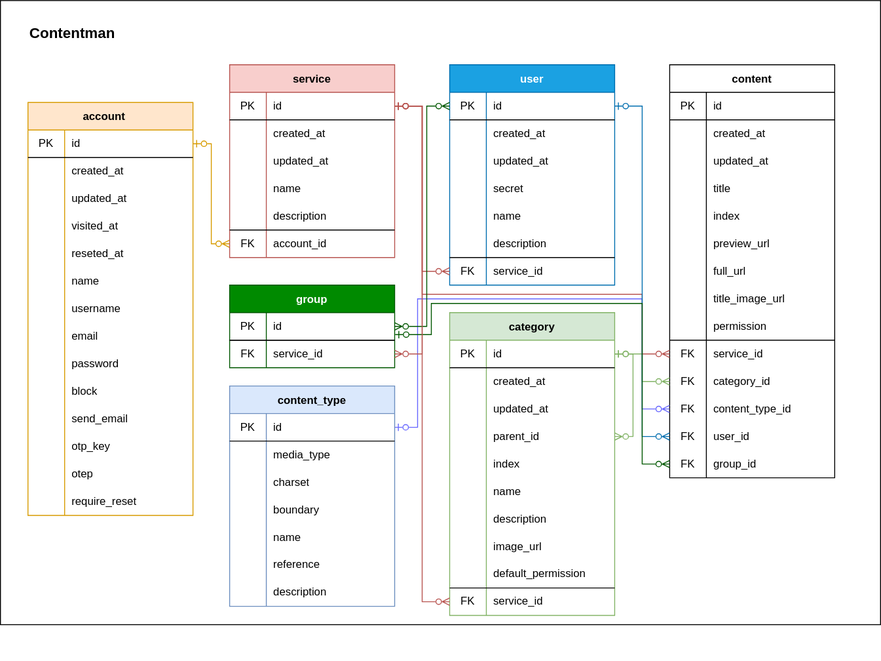
Earlier version of the draw.io export db/schema_db.svg (AleksandrMac/contentman). Source tidied: cells renumbered, new cells last; positions are measured from the earlier drawing's top-left corner, leaving out a move shared by most shapes.
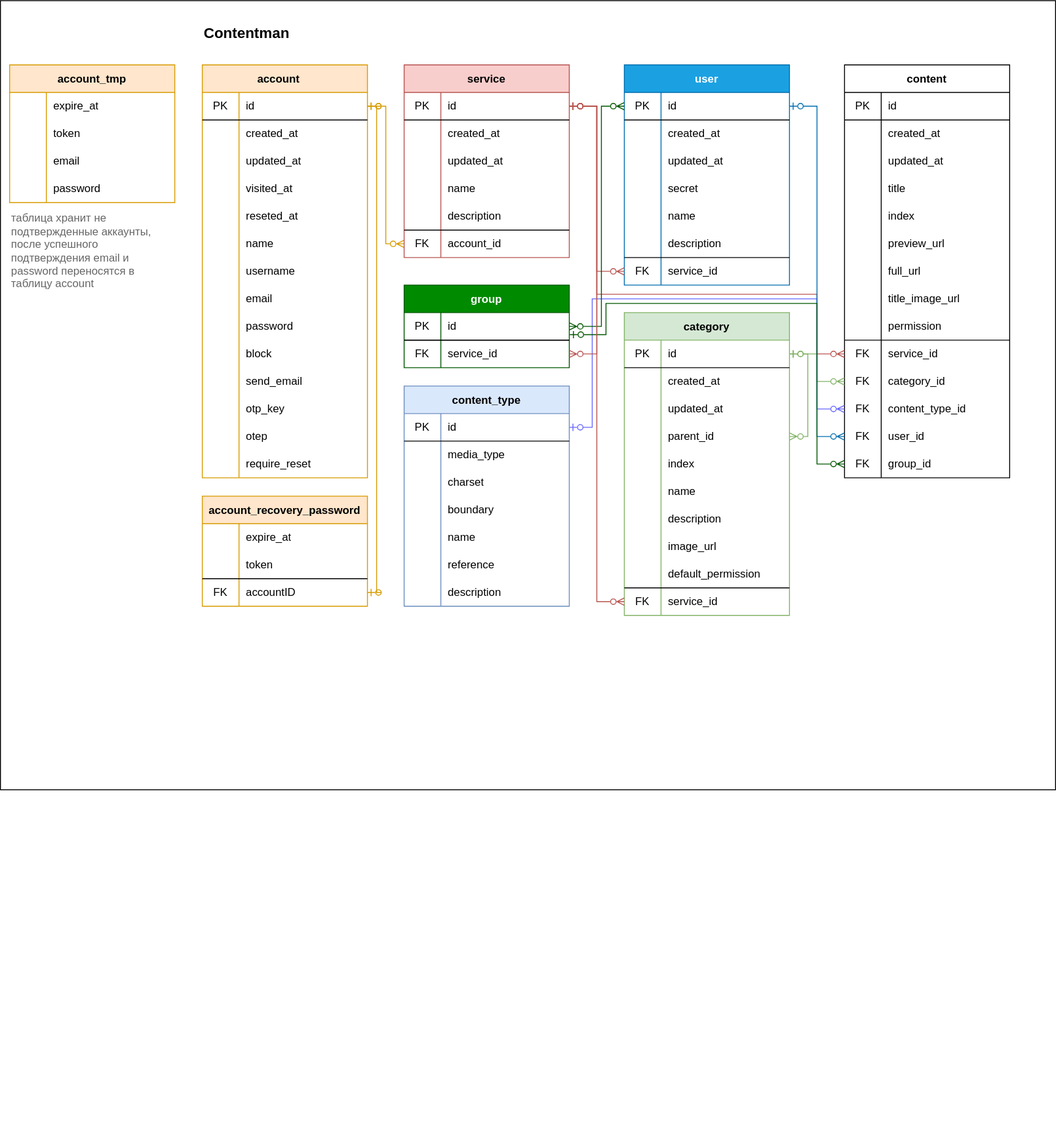
Later version of the same file.

What changed in the source:
```diff
@@ -3,16 +3,16 @@
     <mxCell id="0" />
     <mxCell id="1" parent="0" />
     <mxCell id="2" style="group;" parent="1" vertex="1">
-      <mxGeometry y="39" width="960" height="680" as="geometry" />
+      <mxGeometry y="39" width="960" height="952" as="geometry" />
     </mxCell>
-    <mxCell id="3" style="group;" parent="2" vertex="1">
-      <mxGeometry y="-39" width="960" height="680" as="geometry" />
+    <mxCell id="3" style="group;fillColor=none;" parent="2" vertex="1">
+      <mxGeometry x="11" y="-289" width="960" height="991" as="geometry" />
     </mxCell>
     <mxCell id="4" style="rounded=0;whiteSpace=wrap;html=1;shadow=0;labelBackgroundColor=none;sketch=0;" parent="3" vertex="1">
-      <mxGeometry width="960" height="680" as="geometry" />
+      <mxGeometry x="-190" width="1150" height="860" as="geometry" />
     </mxCell>
     <mxCell id="5" value="account    " style="shape=table;startSize=30;rowLines=0;fontStyle=1;align=center;fillColor=#ffe6cc;strokeColor=#d79b00;" parent="3" vertex="1">
-      <mxGeometry x="30" y="111" width="180" height="450" as="geometry" />
+      <mxGeometry x="30" y="70" width="180" height="450" as="geometry" />
     </mxCell>
     <mxCell id="6" style="shape=partialRectangle;html=1;whiteSpace=wrap;fillColor=none;top=0;left=0;bottom=1;right=0;points=[[0,0.5],[1,0.5]];portConstraint=eastwest;" parent="5" vertex="1">
       <mxGeometry y="30" width="180" height="30" as="geometry" />
@@ -644,5 +644,85 @@
     <mxCell id="203" value="description" style="shape=partialRectangle;html=1;whiteSpace=wrap;fillColor=none;top=0;left=0;bottom=0;right=0;align=left;spacingLeft=6;overflow=hidden;" parent="201" vertex="1">
       <mxGeometry x="40" width="140" height="30" as="geometry" />
     </mxCell>
+    <mxCell id="204" style="edgeStyle=orthogonalEdgeStyle;rounded=0;jettySize=auto;html=1;exitX=1;exitY=0.5;exitDx=0;exitDy=0;entryX=1;entryY=0.5;entryDx=0;entryDy=0;fillColor=#ffe6cc;strokeColor=#d79b00;endArrow=ERzeroToOne;endFill=0;startArrow=ERzeroToOne;startFill=0;" parent="3" edge="1" source="226" target="6">
+      <mxGeometry relative="1" as="geometry">
+        <Array as="points">
+          <mxPoint x="220" y="645" />
+          <mxPoint x="220" y="115" />
+        </Array>
+      </mxGeometry>
+    </mxCell>
+    <mxCell id="205" value="account_tmp" style="shape=table;startSize=30;rowLines=0;fontStyle=1;align=center;fillColor=#ffe6cc;strokeColor=#d79b00;" parent="3" vertex="1">
+      <mxGeometry x="-180" y="70" width="180" height="150" as="geometry" />
+    </mxCell>
+    <mxCell id="206" style="shape=partialRectangle;html=1;whiteSpace=wrap;fillColor=none;top=0;left=0;bottom=0;right=0;" parent="205" vertex="1">
+      <mxGeometry y="30" width="180" height="30" as="geometry" />
+    </mxCell>
+    <mxCell id="207" style="shape=partialRectangle;html=1;whiteSpace=wrap;fillColor=none;top=0;left=0;bottom=0;right=0;overflow=hidden;" parent="206" vertex="1">
+      <mxGeometry width="40" height="30" as="geometry" />
+    </mxCell>
+    <mxCell id="208" value="&lt;div&gt;expire_at&lt;/div&gt;" style="shape=partialRectangle;html=1;whiteSpace=wrap;fillColor=none;top=0;left=0;bottom=0;right=0;align=left;spacingLeft=6;overflow=hidden;" parent="206" vertex="1">
+      <mxGeometry x="40" width="140" height="30" as="geometry" />
+    </mxCell>
+    <mxCell id="209" style="shape=partialRectangle;html=1;whiteSpace=wrap;fillColor=none;top=0;left=0;bottom=0;right=0;" parent="205" vertex="1">
+      <mxGeometry y="60" width="180" height="30" as="geometry" />
+    </mxCell>
+    <mxCell id="210" style="shape=partialRectangle;html=1;whiteSpace=wrap;fillColor=none;top=0;left=0;bottom=0;right=0;overflow=hidden;" parent="209" vertex="1">
+      <mxGeometry width="40" height="30" as="geometry" />
+    </mxCell>
+    <mxCell id="211" value="token" style="shape=partialRectangle;html=1;whiteSpace=wrap;fillColor=none;top=0;left=0;bottom=0;right=0;align=left;spacingLeft=6;overflow=hidden;" parent="209" vertex="1">
+      <mxGeometry x="40" width="140" height="30" as="geometry" />
+    </mxCell>
+    <mxCell id="212" style="shape=partialRectangle;html=1;whiteSpace=wrap;fillColor=none;top=0;left=0;bottom=0;right=0;" parent="205" vertex="1">
+      <mxGeometry y="90" width="180" height="30" as="geometry" />
+    </mxCell>
+    <mxCell id="213" style="shape=partialRectangle;html=1;whiteSpace=wrap;fillColor=none;top=0;left=0;bottom=0;right=0;overflow=hidden;" parent="212" vertex="1">
+      <mxGeometry width="40" height="30" as="geometry" />
+    </mxCell>
+    <mxCell id="214" value="email" style="shape=partialRectangle;html=1;whiteSpace=wrap;fillColor=none;top=0;left=0;bottom=0;right=0;align=left;spacingLeft=6;overflow=hidden;" parent="212" vertex="1">
+      <mxGeometry x="40" width="140" height="30" as="geometry" />
+    </mxCell>
+    <mxCell id="215" style="shape=partialRectangle;html=1;whiteSpace=wrap;fillColor=none;top=0;left=0;bottom=0;right=0;" parent="205" vertex="1">
+      <mxGeometry y="120" width="180" height="30" as="geometry" />
+    </mxCell>
+    <mxCell id="216" style="shape=partialRectangle;html=1;whiteSpace=wrap;fillColor=none;top=0;left=0;bottom=0;right=0;overflow=hidden;" parent="215" vertex="1">
+      <mxGeometry width="40" height="30" as="geometry" />
+    </mxCell>
+    <mxCell id="217" value="password" style="shape=partialRectangle;html=1;whiteSpace=wrap;fillColor=none;top=0;left=0;bottom=0;right=0;align=left;spacingLeft=6;overflow=hidden;" parent="215" vertex="1">
+      <mxGeometry x="40" width="140" height="30" as="geometry" />
+    </mxCell>
+    <mxCell id="218" value="таблица хранит не подтвержденные аккаунты, после успешного подтверждения email и password переносятся в таблицу account" style="text;html=1;align=left;verticalAlign=middle;strokeColor=none;fillColor=none;sketch=1;imageAspect=1;whiteSpace=wrap;fontColor=#666666;" parent="3" vertex="1">
+      <mxGeometry x="-180" y="220" width="180" height="105" as="geometry" />
+    </mxCell>
+    <mxCell id="219" value="account_recovery_password" style="shape=table;startSize=30;rowLines=0;fontStyle=1;align=center;fillColor=#ffe6cc;strokeColor=#d79b00;" parent="3" vertex="1">
+      <mxGeometry x="30" y="540" width="180" height="120" as="geometry" />
+    </mxCell>
+    <mxCell id="220" style="shape=partialRectangle;html=1;whiteSpace=wrap;fillColor=none;top=0;left=0;bottom=0;right=0;" parent="219" vertex="1">
+      <mxGeometry y="30" width="180" height="30" as="geometry" />
+    </mxCell>
+    <mxCell id="221" style="shape=partialRectangle;html=1;whiteSpace=wrap;fillColor=none;top=0;left=0;bottom=0;right=0;overflow=hidden;" parent="220" vertex="1">
+      <mxGeometry width="40" height="30" as="geometry" />
+    </mxCell>
+    <mxCell id="222" value="&lt;div&gt;expire_at&lt;/div&gt;" style="shape=partialRectangle;html=1;whiteSpace=wrap;fillColor=none;top=0;left=0;bottom=0;right=0;align=left;spacingLeft=6;overflow=hidden;" parent="220" vertex="1">
+      <mxGeometry x="40" width="140" height="30" as="geometry" />
+    </mxCell>
+    <mxCell id="223" style="shape=partialRectangle;html=1;whiteSpace=wrap;fillColor=none;top=0;left=0;bottom=0;right=0;" parent="219" vertex="1">
+      <mxGeometry y="60" width="180" height="30" as="geometry" />
+    </mxCell>
+    <mxCell id="224" style="shape=partialRectangle;html=1;whiteSpace=wrap;fillColor=none;top=0;left=0;bottom=0;right=0;overflow=hidden;" parent="223" vertex="1">
+      <mxGeometry width="40" height="30" as="geometry" />
+    </mxCell>
+    <mxCell id="225" value="token" style="shape=partialRectangle;html=1;whiteSpace=wrap;fillColor=none;top=0;left=0;bottom=0;right=0;align=left;spacingLeft=6;overflow=hidden;" parent="223" vertex="1">
+      <mxGeometry x="40" width="140" height="30" as="geometry" />
+    </mxCell>
+    <mxCell id="226" style="shape=partialRectangle;html=1;whiteSpace=wrap;fillColor=none;top=1;left=0;bottom=0;right=0;points=[[0,0.5],[1,0.5]];portConstraint=eastwest;" parent="219" vertex="1">
+      <mxGeometry y="90" width="180" height="30" as="geometry" />
+    </mxCell>
+    <mxCell id="227" value="FK" style="shape=partialRectangle;html=1;whiteSpace=wrap;fillColor=none;top=0;left=0;bottom=0;right=0;overflow=hidden;" parent="226" vertex="1">
+      <mxGeometry width="40" height="30" as="geometry" />
+    </mxCell>
+    <mxCell id="228" value="accountID" style="shape=partialRectangle;html=1;whiteSpace=wrap;fillColor=none;top=0;left=0;bottom=0;right=0;align=left;spacingLeft=6;overflow=hidden;" parent="226" vertex="1">
+      <mxGeometry x="40" width="140" height="30" as="geometry" />
+    </mxCell>
   </root>
 </mxGraphModel>
```
